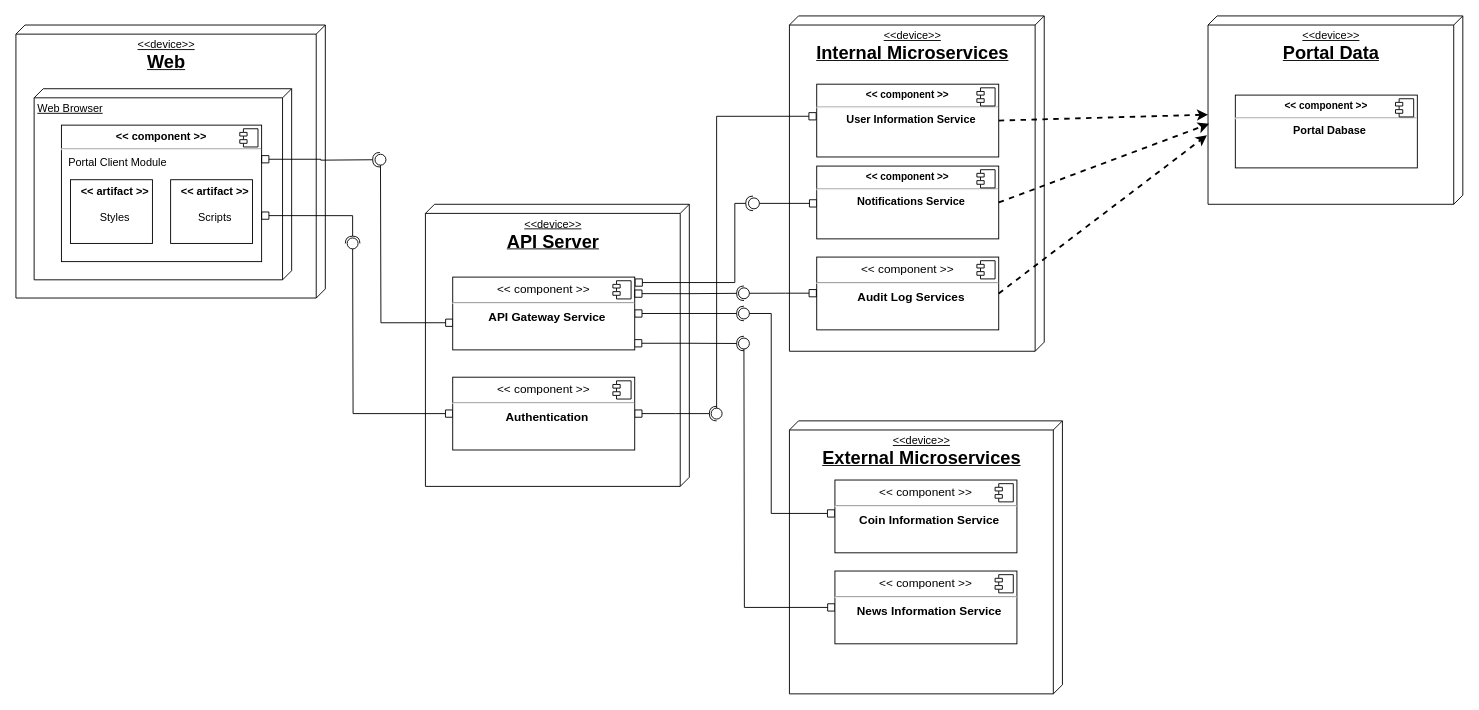
Earlier version of the draw.io diagram page "Page-1" (1 of 2) of Deployment Diagram.drawio (bgabrielma/ES_Project). Source tidied: cells renumbered, new cells numbered last; positions are measured from the earlier drawing's top-left corner, leaving out a move shared by most shapes. Both pictures are drawn from the tidied source at 91%, with x=0, y=0 at pixel (15, 15).
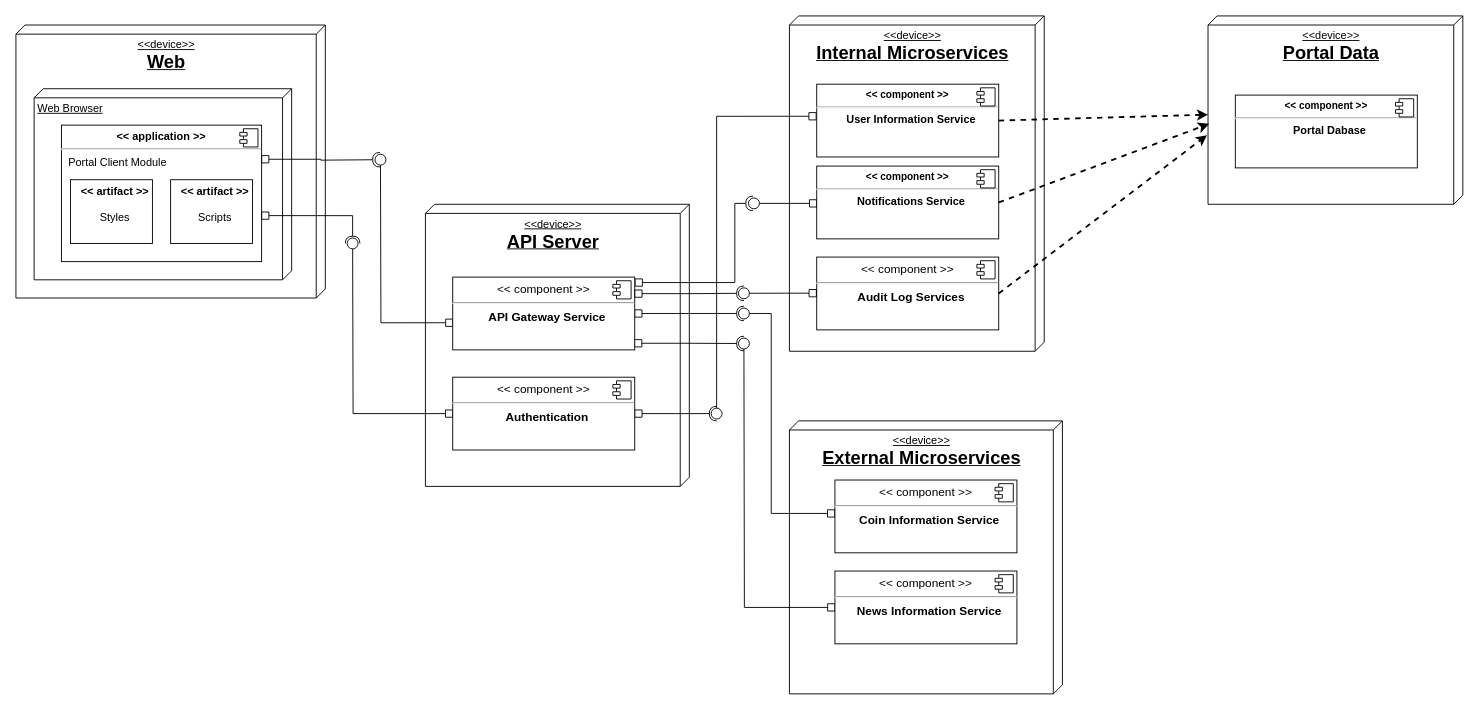
After the change.

The edit, as a diff of the source:
```diff
@@
-    <mxCell id="4" value="&lt;p style=&quot;margin:0px;margin-top:6px;text-align:center;&quot;&gt;&lt;b&gt;&amp;lt;&amp;lt; component &amp;gt;&amp;gt;&lt;/b&gt;&lt;/p&gt;&lt;hr&gt;&lt;p style=&quot;margin:0px;margin-left:8px;&quot;&gt;Portal Client Module&lt;/p&gt;" style="align=left;overflow=fill;html=1;" parent="1" vertex="1">
+    <mxCell id="4" value="&lt;p style=&quot;margin:0px;margin-top:6px;text-align:center;&quot;&gt;&lt;b&gt;&amp;lt;&amp;lt; application &amp;gt;&amp;gt;&lt;/b&gt;&lt;/p&gt;&lt;hr&gt;&lt;p style=&quot;margin:0px;margin-left:8px;&quot;&gt;Portal Client Module&lt;/p&gt;" style="align=left;overflow=fill;html=1;" parent="1" vertex="1">
       <mxGeometry x="50" y="120" width="220" height="150" as="geometry" />
     </mxCell>
```
